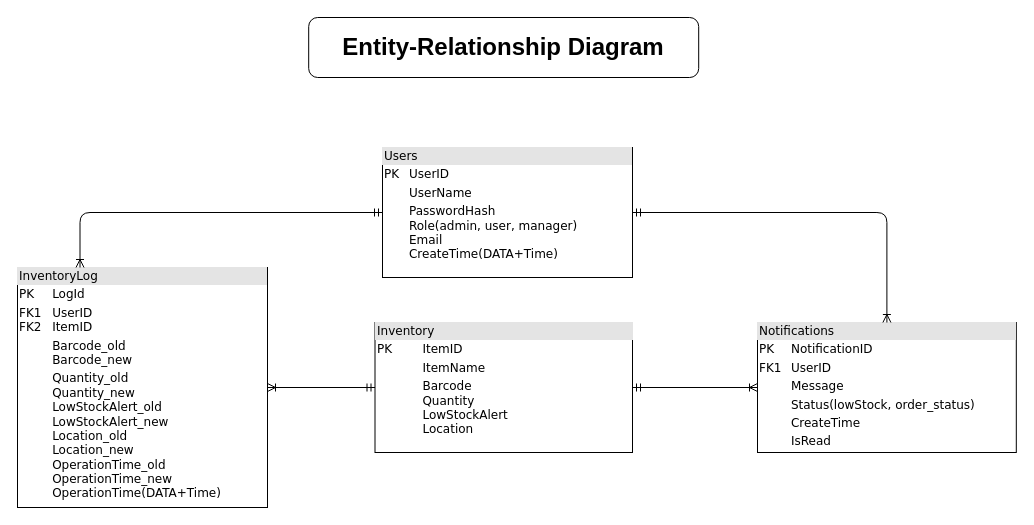
Before: NSCC/EDS_DB_Design.drawio in ObeeeWon/Diagrams, a draw.io diagram. Source tidied: cells renumbered, new cells numbered last; positions are measured from the earlier drawing's top-left corner, leaving out a move shared by most shapes. Both pictures are drawn from the tidied source at 100%, with x=0, y=0 at pixel (17, 17).
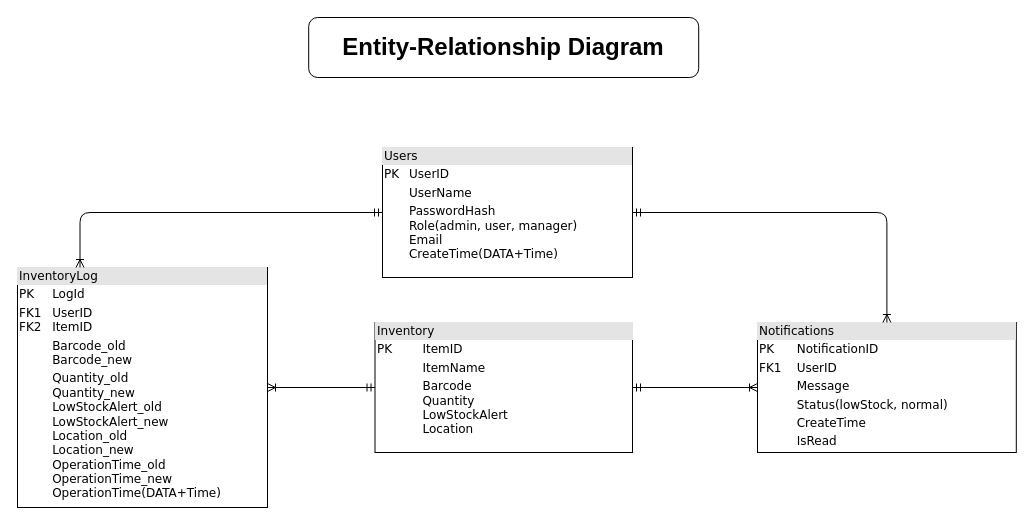
After the change.

The edit, as a diff of the source:
```diff
@@
 <mxGraphModel>
   <root>
     <mxCell id="0" />
     <mxCell id="1" parent="0" />
     <mxCell id="2" value="&lt;div style=&quot;box-sizing: border-box; width: 100%; background: rgb(228, 228, 228); padding: 2px;&quot;&gt;Users&lt;/div&gt;&lt;table style=&quot;width:100%;font-size:1em;&quot; cellpadding=&quot;2&quot; cellspacing=&quot;0&quot;&gt;&lt;tbody&gt;&lt;tr&gt;&lt;td&gt;PK&lt;/td&gt;&lt;td&gt;UserID&lt;/td&gt;&lt;/tr&gt;&lt;tr&gt;&lt;td&gt;&lt;br&gt;&lt;/td&gt;&lt;td&gt;UserName&lt;/td&gt;&lt;/tr&gt;&lt;tr&gt;&lt;td&gt;&lt;/td&gt;&lt;td&gt;PasswordHash&lt;br&gt;Role(admin, user, manager)&lt;br&gt;Email&lt;br&gt;CreateTime(DATA+Time)&lt;/td&gt;&lt;/tr&gt;&lt;/tbody&gt;&lt;/table&gt;" style="verticalAlign=top;align=left;overflow=fill;html=1;rounded=0;shadow=0;comic=0;labelBackgroundColor=none;strokeWidth=1;fontFamily=Verdana;fontSize=12;" parent="1" vertex="1">
       <mxGeometry x="365" y="130" width="250" height="130" as="geometry" />
     </mxCell>
     <mxCell id="3" value="&lt;div style=&quot;box-sizing: border-box; width: 100%; background: rgb(228, 228, 228); padding: 2px;&quot;&gt;Inventory&lt;/div&gt;&lt;table style=&quot;width:100%;font-size:1em;&quot; cellpadding=&quot;2&quot; cellspacing=&quot;0&quot;&gt;&lt;tbody&gt;&lt;tr&gt;&lt;td&gt;PK&lt;/td&gt;&lt;td&gt;ItemID&lt;/td&gt;&lt;/tr&gt;&lt;tr&gt;&lt;td&gt;&lt;br&gt;&lt;/td&gt;&lt;td&gt;ItemName&lt;/td&gt;&lt;/tr&gt;&lt;tr&gt;&lt;td&gt;&lt;/td&gt;&lt;td&gt;Barcode&lt;br&gt;Quantity&lt;br&gt;LowStockAlert&lt;br&gt;Location&lt;br&gt;&lt;br&gt;&lt;/td&gt;&lt;/tr&gt;&lt;/tbody&gt;&lt;/table&gt;" style="verticalAlign=top;align=left;overflow=fill;html=1;rounded=0;shadow=0;comic=0;labelBackgroundColor=none;strokeWidth=1;fontFamily=Verdana;fontSize=12;" parent="1" vertex="1">
       <mxGeometry x="357.5" y="305" width="257.5" height="130" as="geometry" />
     </mxCell>
     <mxCell id="4" value="&lt;font style=&quot;font-size: 24px;&quot;&gt;&lt;b&gt;Entity-Relationship Diagram&lt;/b&gt;&lt;/font&gt;" style="rounded=1;whiteSpace=wrap;html=1;" parent="1" vertex="1">
       <mxGeometry x="291.2" width="390" height="60" as="geometry" />
     </mxCell>
     <mxCell id="5" value="&lt;div style=&quot;box-sizing: border-box; width: 100%; background: rgb(228, 228, 228); padding: 2px;&quot;&gt;InventoryLog&lt;/div&gt;&lt;table style=&quot;width: 100% ; font-size: 1em&quot; cellpadding=&quot;2&quot; cellspacing=&quot;0&quot;&gt;&lt;tbody&gt;&lt;tr&gt;&lt;td&gt;PK&lt;/td&gt;&lt;td&gt;LogId&lt;/td&gt;&lt;/tr&gt;&lt;tr&gt;&lt;td&gt;FK1&lt;br&gt;FK2&lt;/td&gt;&lt;td&gt;UserID&lt;br&gt;ItemID&lt;br&gt;&lt;/td&gt;&lt;/tr&gt;&lt;tr&gt;&lt;td&gt;&lt;/td&gt;&lt;td&gt;Barcode_old&lt;br&gt;Barcode_new&lt;/td&gt;&lt;/tr&gt;&lt;tr&gt;&lt;td&gt;&lt;br&gt;&lt;/td&gt;&lt;td&gt;Quantity_old&lt;br&gt;Quantity_new&lt;br&gt;LowStockAlert_old&lt;br&gt;LowStockAlert_new&lt;br&gt;Location_old&lt;br&gt;Location_new&lt;br&gt;OperationTime_old&lt;br&gt;OperationTime_new&lt;br&gt;OperationTime(DATA+Time)&lt;/td&gt;&lt;/tr&gt;&lt;/tbody&gt;&lt;/table&gt;" style="verticalAlign=top;align=left;overflow=fill;html=1;rounded=0;shadow=0;comic=0;labelBackgroundColor=none;strokeWidth=1;fontFamily=Verdana;fontSize=12;" parent="1" vertex="1">
       <mxGeometry y="250" width="250" height="240" as="geometry" />
     </mxCell>
     <mxCell id="6" style="edgeStyle=orthogonalEdgeStyle;html=1;labelBackgroundColor=none;startArrow=ERmandOne;endArrow=ERoneToMany;fontFamily=Verdana;fontSize=12;align=left;entryX=1;entryY=0.5;entryDx=0;entryDy=0;exitX=0;exitY=0.5;exitDx=0;exitDy=0;" parent="1" edge="1" source="3" target="5">
       <mxGeometry relative="1" as="geometry" />
     </mxCell>
-    <mxCell id="7" value="&lt;div style=&quot;box-sizing: border-box; width: 100%; background: rgb(228, 228, 228); padding: 2px;&quot;&gt;Notifications&lt;/div&gt;&lt;table style=&quot;width: 100% ; font-size: 1em&quot; cellpadding=&quot;2&quot; cellspacing=&quot;0&quot;&gt;&lt;tbody&gt;&lt;tr&gt;&lt;td&gt;PK&lt;/td&gt;&lt;td&gt;NotificationID&lt;/td&gt;&lt;/tr&gt;&lt;tr&gt;&lt;td&gt;FK1&lt;/td&gt;&lt;td&gt;UserID&lt;/td&gt;&lt;/tr&gt;&lt;tr&gt;&lt;td&gt;&lt;/td&gt;&lt;td&gt;Message&lt;/td&gt;&lt;/tr&gt;&lt;tr&gt;&lt;td&gt;&lt;br&gt;&lt;/td&gt;&lt;td&gt;Status(lowStock, order_status)&lt;br&gt;&lt;/td&gt;&lt;/tr&gt;&lt;tr&gt;&lt;td&gt;&lt;br&gt;&lt;/td&gt;&lt;td&gt;CreateTime&lt;br&gt;&lt;/td&gt;&lt;/tr&gt;&lt;tr&gt;&lt;td&gt;&lt;br&gt;&lt;/td&gt;&lt;td&gt;IsRead&lt;br&gt;&lt;/td&gt;&lt;/tr&gt;&lt;/tbody&gt;&lt;/table&gt;" style="verticalAlign=top;align=left;overflow=fill;html=1;rounded=0;shadow=0;comic=0;labelBackgroundColor=none;strokeWidth=1;fontFamily=Verdana;fontSize=12;" parent="1" vertex="1">
+    <mxCell id="7" value="&lt;div style=&quot;box-sizing: border-box; width: 100%; background: rgb(228, 228, 228); padding: 2px;&quot;&gt;Notifications&lt;/div&gt;&lt;table style=&quot;width: 100% ; font-size: 1em&quot; cellpadding=&quot;2&quot; cellspacing=&quot;0&quot;&gt;&lt;tbody&gt;&lt;tr&gt;&lt;td&gt;PK&lt;/td&gt;&lt;td&gt;NotificationID&lt;/td&gt;&lt;/tr&gt;&lt;tr&gt;&lt;td&gt;FK1&lt;/td&gt;&lt;td&gt;UserID&lt;/td&gt;&lt;/tr&gt;&lt;tr&gt;&lt;td&gt;&lt;/td&gt;&lt;td&gt;Message&lt;/td&gt;&lt;/tr&gt;&lt;tr&gt;&lt;td&gt;&lt;br&gt;&lt;/td&gt;&lt;td&gt;Status(lowStock, normal)&lt;br&gt;&lt;/td&gt;&lt;/tr&gt;&lt;tr&gt;&lt;td&gt;&lt;br&gt;&lt;/td&gt;&lt;td&gt;CreateTime&lt;br&gt;&lt;/td&gt;&lt;/tr&gt;&lt;tr&gt;&lt;td&gt;&lt;br&gt;&lt;/td&gt;&lt;td&gt;IsRead&lt;br&gt;&lt;/td&gt;&lt;/tr&gt;&lt;/tbody&gt;&lt;/table&gt;" style="verticalAlign=top;align=left;overflow=fill;html=1;rounded=0;shadow=0;comic=0;labelBackgroundColor=none;strokeWidth=1;fontFamily=Verdana;fontSize=12;" parent="1" vertex="1">
       <mxGeometry x="740" y="305" width="258.8" height="130" as="geometry" />
     </mxCell>
     <mxCell id="8" style="edgeStyle=orthogonalEdgeStyle;html=1;labelBackgroundColor=none;startArrow=ERmandOne;endArrow=ERoneToMany;fontFamily=Verdana;fontSize=12;align=left;entryX=0.25;entryY=0;entryDx=0;entryDy=0;exitX=0;exitY=0.5;exitDx=0;exitDy=0;" parent="1" edge="1" source="2" target="5">
       <mxGeometry relative="1" as="geometry" />
     </mxCell>
     <mxCell id="9" style="edgeStyle=orthogonalEdgeStyle;html=1;labelBackgroundColor=none;startArrow=ERmandOne;endArrow=ERoneToMany;fontFamily=Verdana;fontSize=12;align=left;exitX=1;exitY=0.5;exitDx=0;exitDy=0;entryX=0;entryY=0.5;entryDx=0;entryDy=0;" parent="1" edge="1" source="3" target="7">
       <mxGeometry relative="1" as="geometry" />
     </mxCell>
     <mxCell id="10" style="edgeStyle=orthogonalEdgeStyle;html=1;labelBackgroundColor=none;startArrow=ERmandOne;endArrow=ERoneToMany;fontFamily=Verdana;fontSize=12;align=left;exitX=1;exitY=0.5;exitDx=0;exitDy=0;entryX=0.5;entryY=0;entryDx=0;entryDy=0;" parent="1" edge="1" source="2" target="7">
       <mxGeometry relative="1" as="geometry">
         <Array as="points">
           <mxPoint x="869" y="195" />
         </Array>
       </mxGeometry>
     </mxCell>
   </root>
 </mxGraphModel>
```
